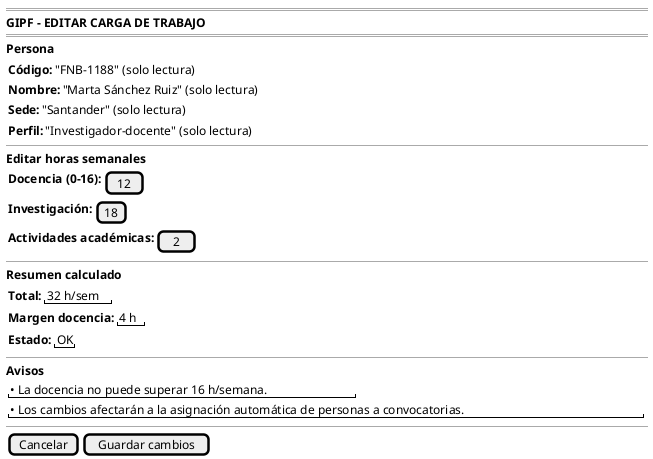
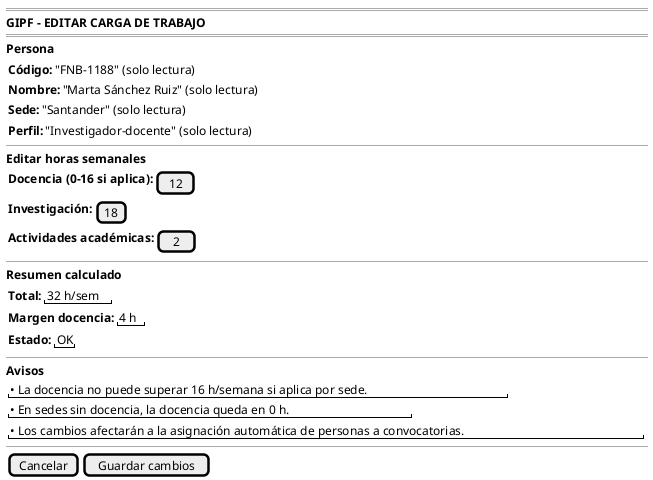
@startsalt editarCargaTrabajo-wireframe
{
    ====
    <b>GIPF - EDITAR CARGA DE TRABAJO</b>
    ====

    <b>Persona</b>
    {
        { <b>Código:</b> | "FNB-1188" (solo lectura) }
        { <b>Nombre:</b> | "Marta Sánchez Ruiz" (solo lectura) }
        { <b>Sede:</b> | "Santander" (solo lectura) }
        { <b>Perfil:</b> | "Investigador-docente" (solo lectura) }
    }

    --

    <b>Editar horas semanales</b>
    {
-         { <b>Docencia (0–16):</b> | [ 12 ] }
+         { <b>Docencia (0-16 si aplica):</b> | [ 12 ] }
        { <b>Investigación:</b> | [18 ] }
        { <b>Actividades académicas:</b> | [ 2  ] }
    }

    --

    <b>Resumen calculado</b>
    {
        { <b>Total:</b> | "32 h/sem" }
        { <b>Margen docencia:</b> | "4 h" }
        { <b>Estado:</b> | "OK" }
    }

    --

    <b>Avisos</b>
    {
-         "• La docencia no puede superar 16 h/semana."
+         "• La docencia no puede superar 16 h/semana si aplica por sede."
+         "• En sedes sin docencia, la docencia queda en 0 h."
        "• Los cambios afectarán a la asignación automática de personas a convocatorias."
    }

    --

    { [Cancelar] | [Guardar cambios] }
}
@endsalt

